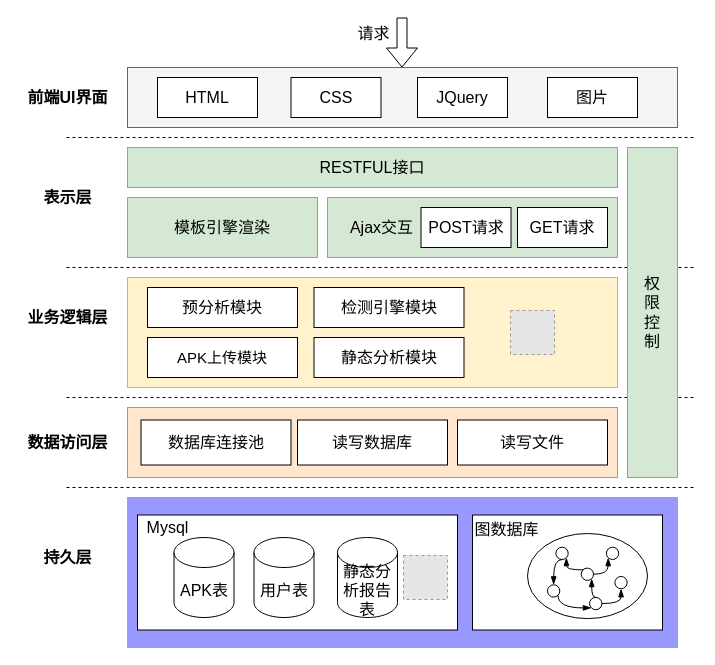
sunray42/diagrams keeps this draw.io diagram as 系统概要设计.drawio. Above is the earlier version. Source tidied: cells renumbered, new cells numbered last; positions are measured from the earlier drawing's top-left corner, leaving out a move shared by most shapes. Both pictures are drawn from the tidied source at 100%, with x=0, y=0 at pixel (17, 17). Pictures stored in the file or linked from it are replaced by grey dashed boxes.
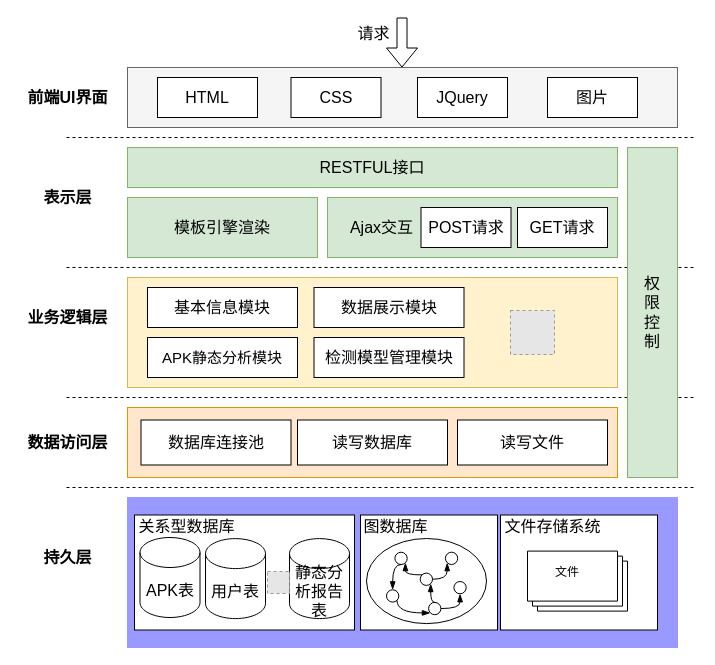
After the change.

Commit message:
更新系统概要设计.drawio

Diff of the diagram source:
```diff
@@
     <mxCell id="3" style="rounded=0;whiteSpace=wrap;html=1;fontSize=16;" parent="1" vertex="1">
-      <mxGeometry x="120" y="497.5" width="320" height="115" as="geometry" />
+      <mxGeometry x="117" y="497.5" width="220" height="115" as="geometry" />
     </mxCell>
@@
-    <mxCell id="20" value="&lt;span style=&quot;font-size: 16px&quot;&gt;预分析模块&lt;/span&gt;" style="rounded=0;whiteSpace=wrap;html=1;" parent="1" vertex="1">
+    <mxCell id="20" value="&lt;span style=&quot;font-size: 16px;&quot;&gt;基本信息模块&lt;/span&gt;" style="rounded=0;whiteSpace=wrap;html=1;" parent="1" vertex="1">
       <mxGeometry x="130" y="270" width="150" height="40" as="geometry" />
     </mxCell>
-    <mxCell id="21" value="&lt;span style=&quot;font-size: 16px&quot;&gt;检测引擎模块&lt;/span&gt;" style="rounded=0;whiteSpace=wrap;html=1;" parent="1" vertex="1">
+    <mxCell id="21" value="&lt;span style=&quot;font-size: 16px&quot;&gt;数据展示模块&lt;/span&gt;" style="rounded=0;whiteSpace=wrap;html=1;" parent="1" vertex="1">
       <mxGeometry x="296.5" y="270" width="150" height="40" as="geometry" />
     </mxCell>
-    <mxCell id="22" value="&lt;span style=&quot;font-size: 15px&quot;&gt;APK上传模块&lt;/span&gt;" style="rounded=0;whiteSpace=wrap;html=1;" parent="1" vertex="1">
+    <mxCell id="22" value="&lt;span style=&quot;font-size: 15px&quot;&gt;APK静态分析模块&lt;/span&gt;" style="rounded=0;whiteSpace=wrap;html=1;" parent="1" vertex="1">
       <mxGeometry x="130" y="320" width="150" height="40" as="geometry" />
     </mxCell>
-    <mxCell id="23" value="&lt;span style=&quot;font-size: 16px;&quot;&gt;静态分析模块&lt;/span&gt;" style="rounded=0;whiteSpace=wrap;html=1;" parent="1" vertex="1">
+    <mxCell id="23" value="&lt;span style=&quot;font-size: 16px;&quot;&gt;检测模型管理模块&lt;/span&gt;" style="rounded=0;whiteSpace=wrap;html=1;" parent="1" vertex="1">
       <mxGeometry x="296.5" y="320" width="150" height="40" as="geometry" />
     </mxCell>
@@
     <mxCell id="30" value="&lt;font style=&quot;font-size: 16px&quot;&gt;APK表&lt;/font&gt;" style="shape=cylinder3;whiteSpace=wrap;html=1;boundedLbl=1;backgroundOutline=1;size=15;" parent="1" vertex="1">
-      <mxGeometry x="156.5" y="520" width="60" height="80" as="geometry" />
+      <mxGeometry x="122.5" y="520" width="60" height="80" as="geometry" />
     </mxCell>
-    <mxCell id="31" value="&lt;font style=&quot;font-size: 16px&quot;&gt;Mysql&lt;/font&gt;" style="text;html=1;align=center;verticalAlign=middle;strokeColor=none;" parent="1" vertex="1">
-      <mxGeometry x="120" y="500" width="60" height="20" as="geometry" />
+    <mxCell id="31" value="&lt;font style=&quot;font-size: 16px&quot;&gt;关系型数据库&lt;/font&gt;" style="text;html=1;align=center;verticalAlign=middle;strokeColor=none;" parent="1" vertex="1">
+      <mxGeometry x="109" y="494" width="120" height="30" as="geometry" />
     </mxCell>
     <mxCell id="32" value="&lt;font style=&quot;font-size: 16px&quot;&gt;用户表&lt;/font&gt;" style="shape=cylinder3;whiteSpace=wrap;html=1;boundedLbl=1;backgroundOutline=1;size=15;" parent="1" vertex="1">
-      <mxGeometry x="236.5" y="520" width="60" height="80" as="geometry" />
+      <mxGeometry x="188" y="521.1" width="60" height="80" as="geometry" />
     </mxCell>
     <mxCell id="33" value="&lt;font style=&quot;font-size: 16px&quot;&gt;静态分析报告表&lt;/font&gt;" style="shape=cylinder3;whiteSpace=wrap;html=1;boundedLbl=1;backgroundOutline=1;size=15;" parent="1" vertex="1">
-      <mxGeometry x="320" y="520" width="60" height="80" as="geometry" />
+      <mxGeometry x="272" y="521.1" width="60" height="80" as="geometry" />
     </mxCell>
@@
     <mxCell id="39" style="rounded=0;whiteSpace=wrap;html=1;fontSize=16;" parent="1" vertex="1">
-      <mxGeometry x="455" y="497.5" width="190" height="115" as="geometry" />
+      <mxGeometry x="343" y="497.5" width="137" height="115" as="geometry" />
     </mxCell>
     <mxCell id="40" style="group;" parent="1" vertex="1">
-      <mxGeometry x="510" y="516" width="120" height="85.1" as="geometry" />
+      <mxGeometry x="349" y="521" width="120" height="85.1" as="geometry" />
     </mxCell>
@@
     <mxCell id="54" value="图数据库" style="text;html=1;align=center;verticalAlign=middle;strokeColor=none;fontSize=16;" parent="1" vertex="1">
-      <mxGeometry x="444" y="497" width="90" height="30" as="geometry" />
+      <mxGeometry x="333" y="494" width="90" height="30" as="geometry" />
     </mxCell>
@@
     <mxCell id="57" style="fillColor=#E6E6E6;strokeColor=#999999;dashed=1;verticalLabelPosition=bottom;verticalAlign=top;" parent="1" vertex="1">
-      <mxGeometry x="386" y="538" width="44" height="44" as="geometry" />
+      <mxGeometry x="250" y="554" width="22" height="22" as="geometry" />
     </mxCell>
+    <mxCell id="58" style="rounded=0;whiteSpace=wrap;html=1;fontSize=16;" parent="1" vertex="1">
+      <mxGeometry x="483" y="497.5" width="157" height="115" as="geometry" />
+    </mxCell>
+    <mxCell id="59" value="文件存储系统" style="text;html=1;align=center;verticalAlign=middle;strokeColor=none;fontSize=16;" parent="1" vertex="1">
+      <mxGeometry x="475" y="494" width="120" height="30" as="geometry" />
+    </mxCell>
+    <mxCell id="60" style="verticalLabelPosition=bottom;verticalAlign=top;html=1;shape=mxgraph.basic.layered_rect;dx=10;whiteSpace=wrap;" parent="1" vertex="1">
+      <mxGeometry x="510" y="533.6" width="100" height="60" as="geometry" />
+    </mxCell>
+    <mxCell id="61" value="文件" style="text;html=1;align=center;verticalAlign=middle;whiteSpace=wrap;rounded=0;" parent="1" vertex="1">
+      <mxGeometry x="520" y="540" width="60" height="30" as="geometry" />
+    </mxCell>
```
